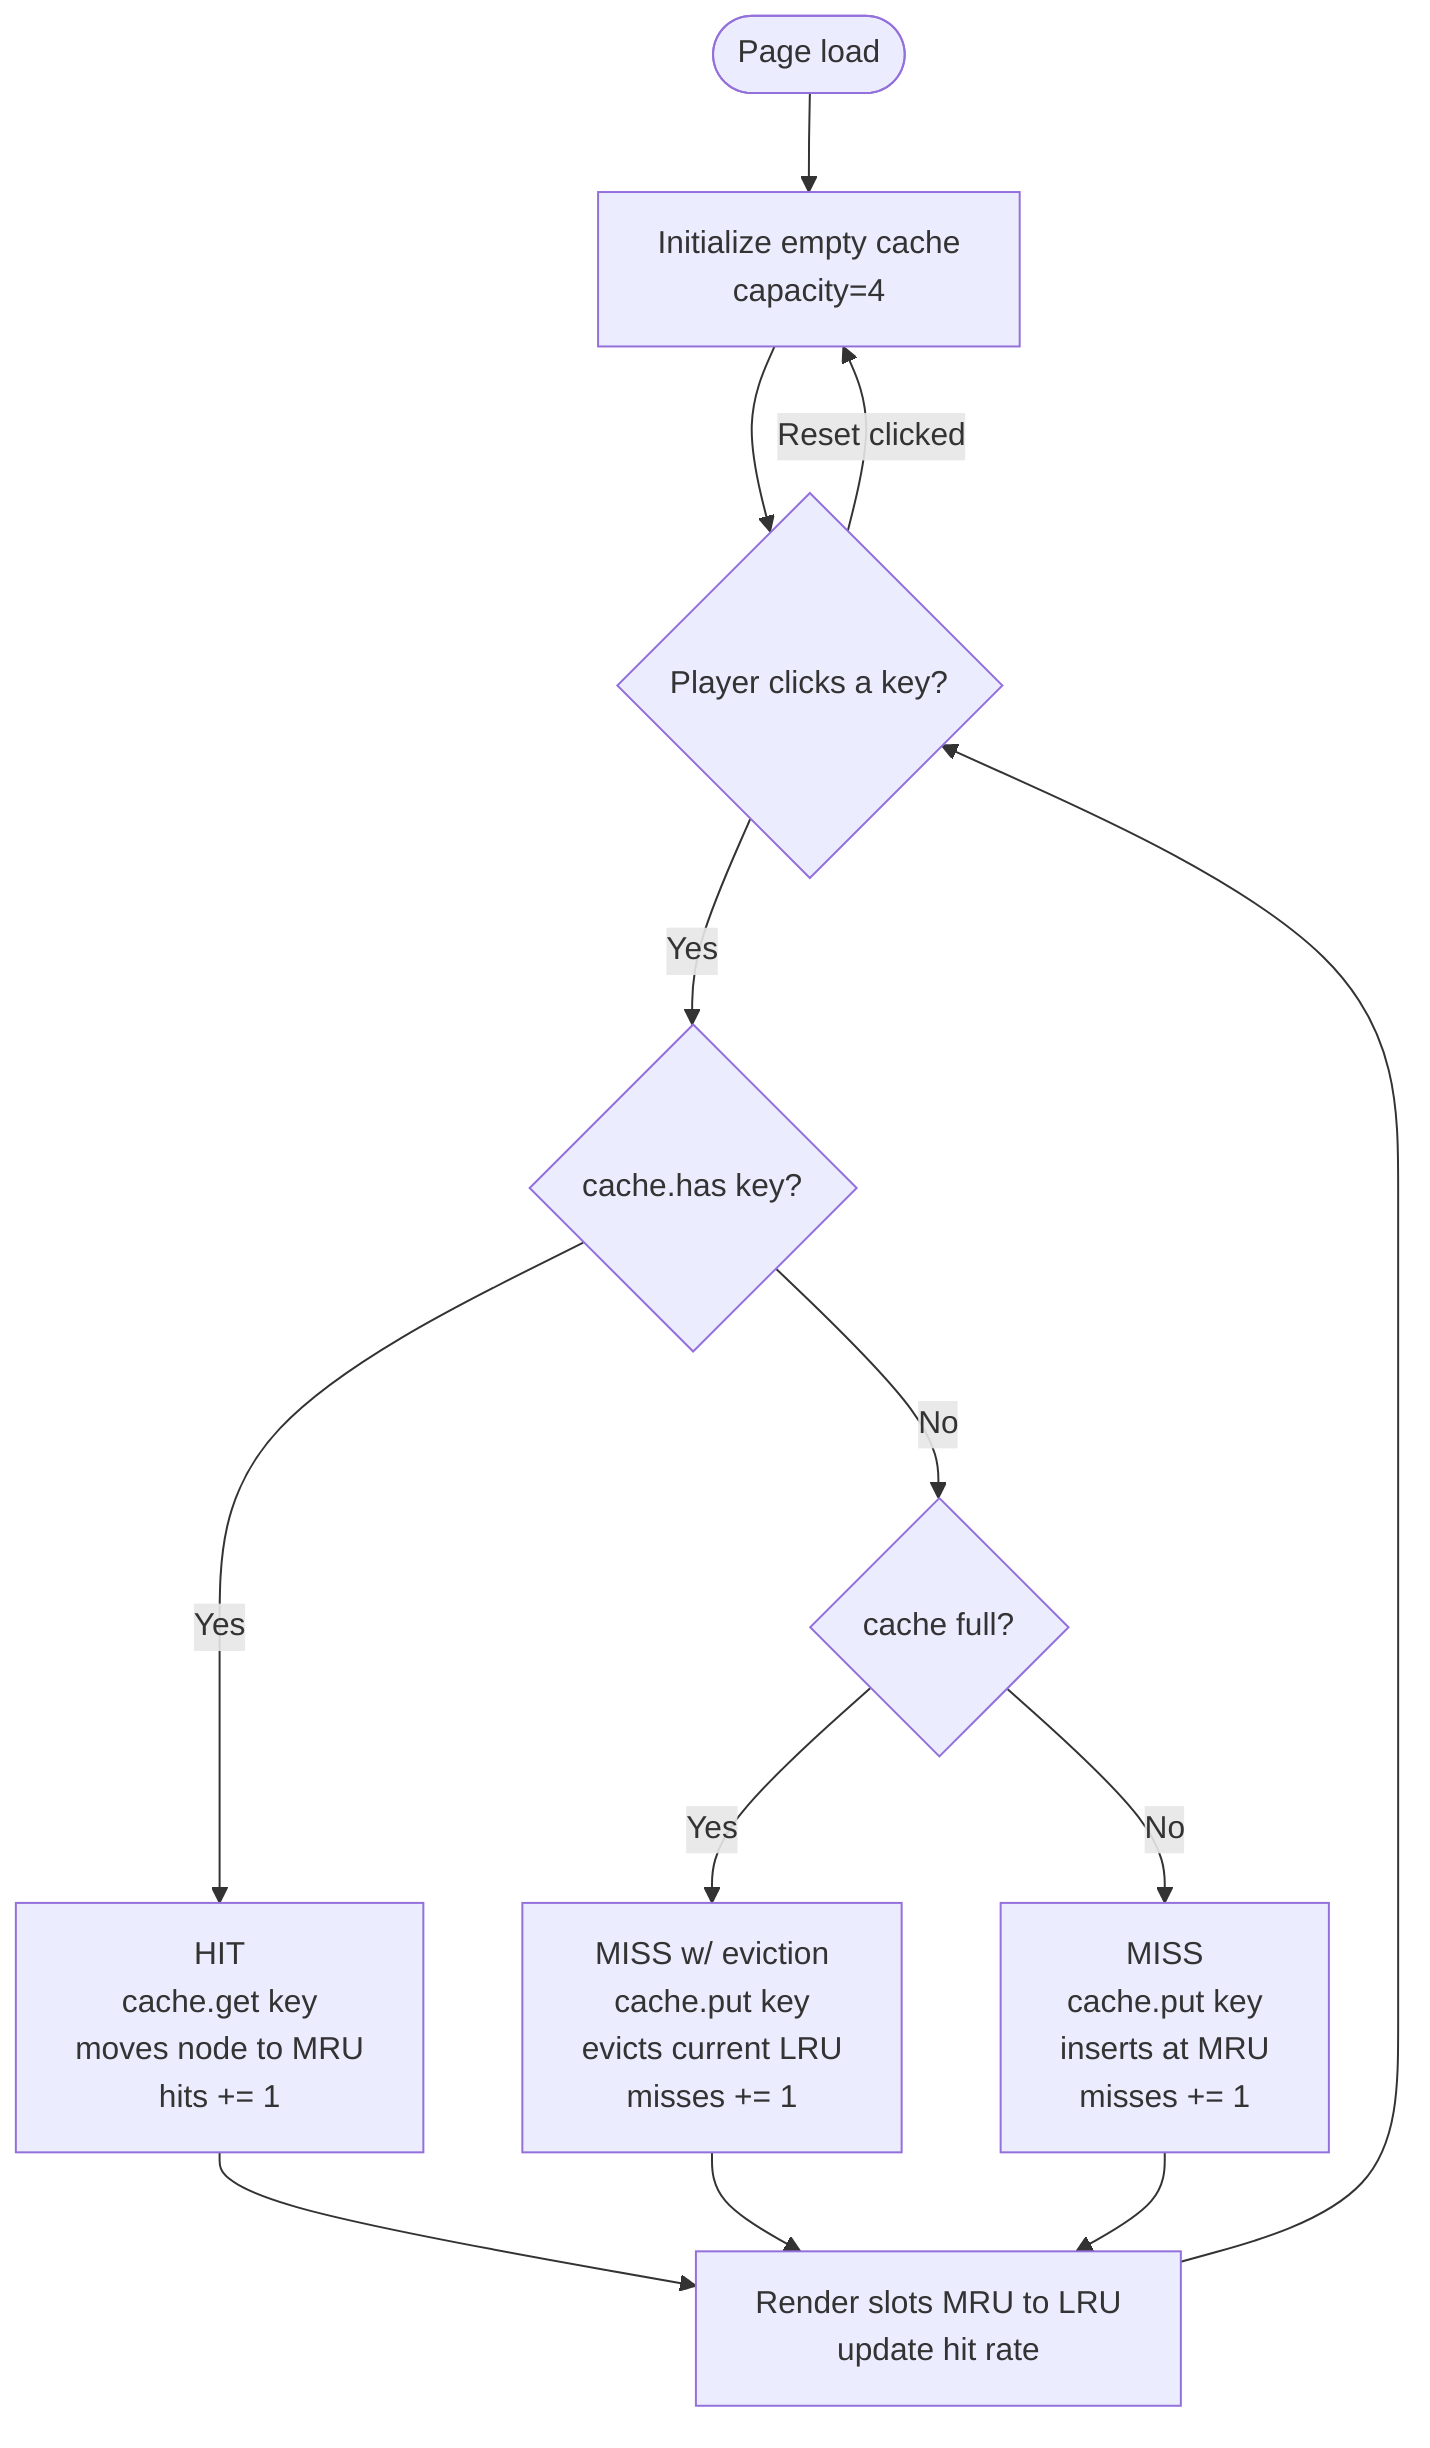
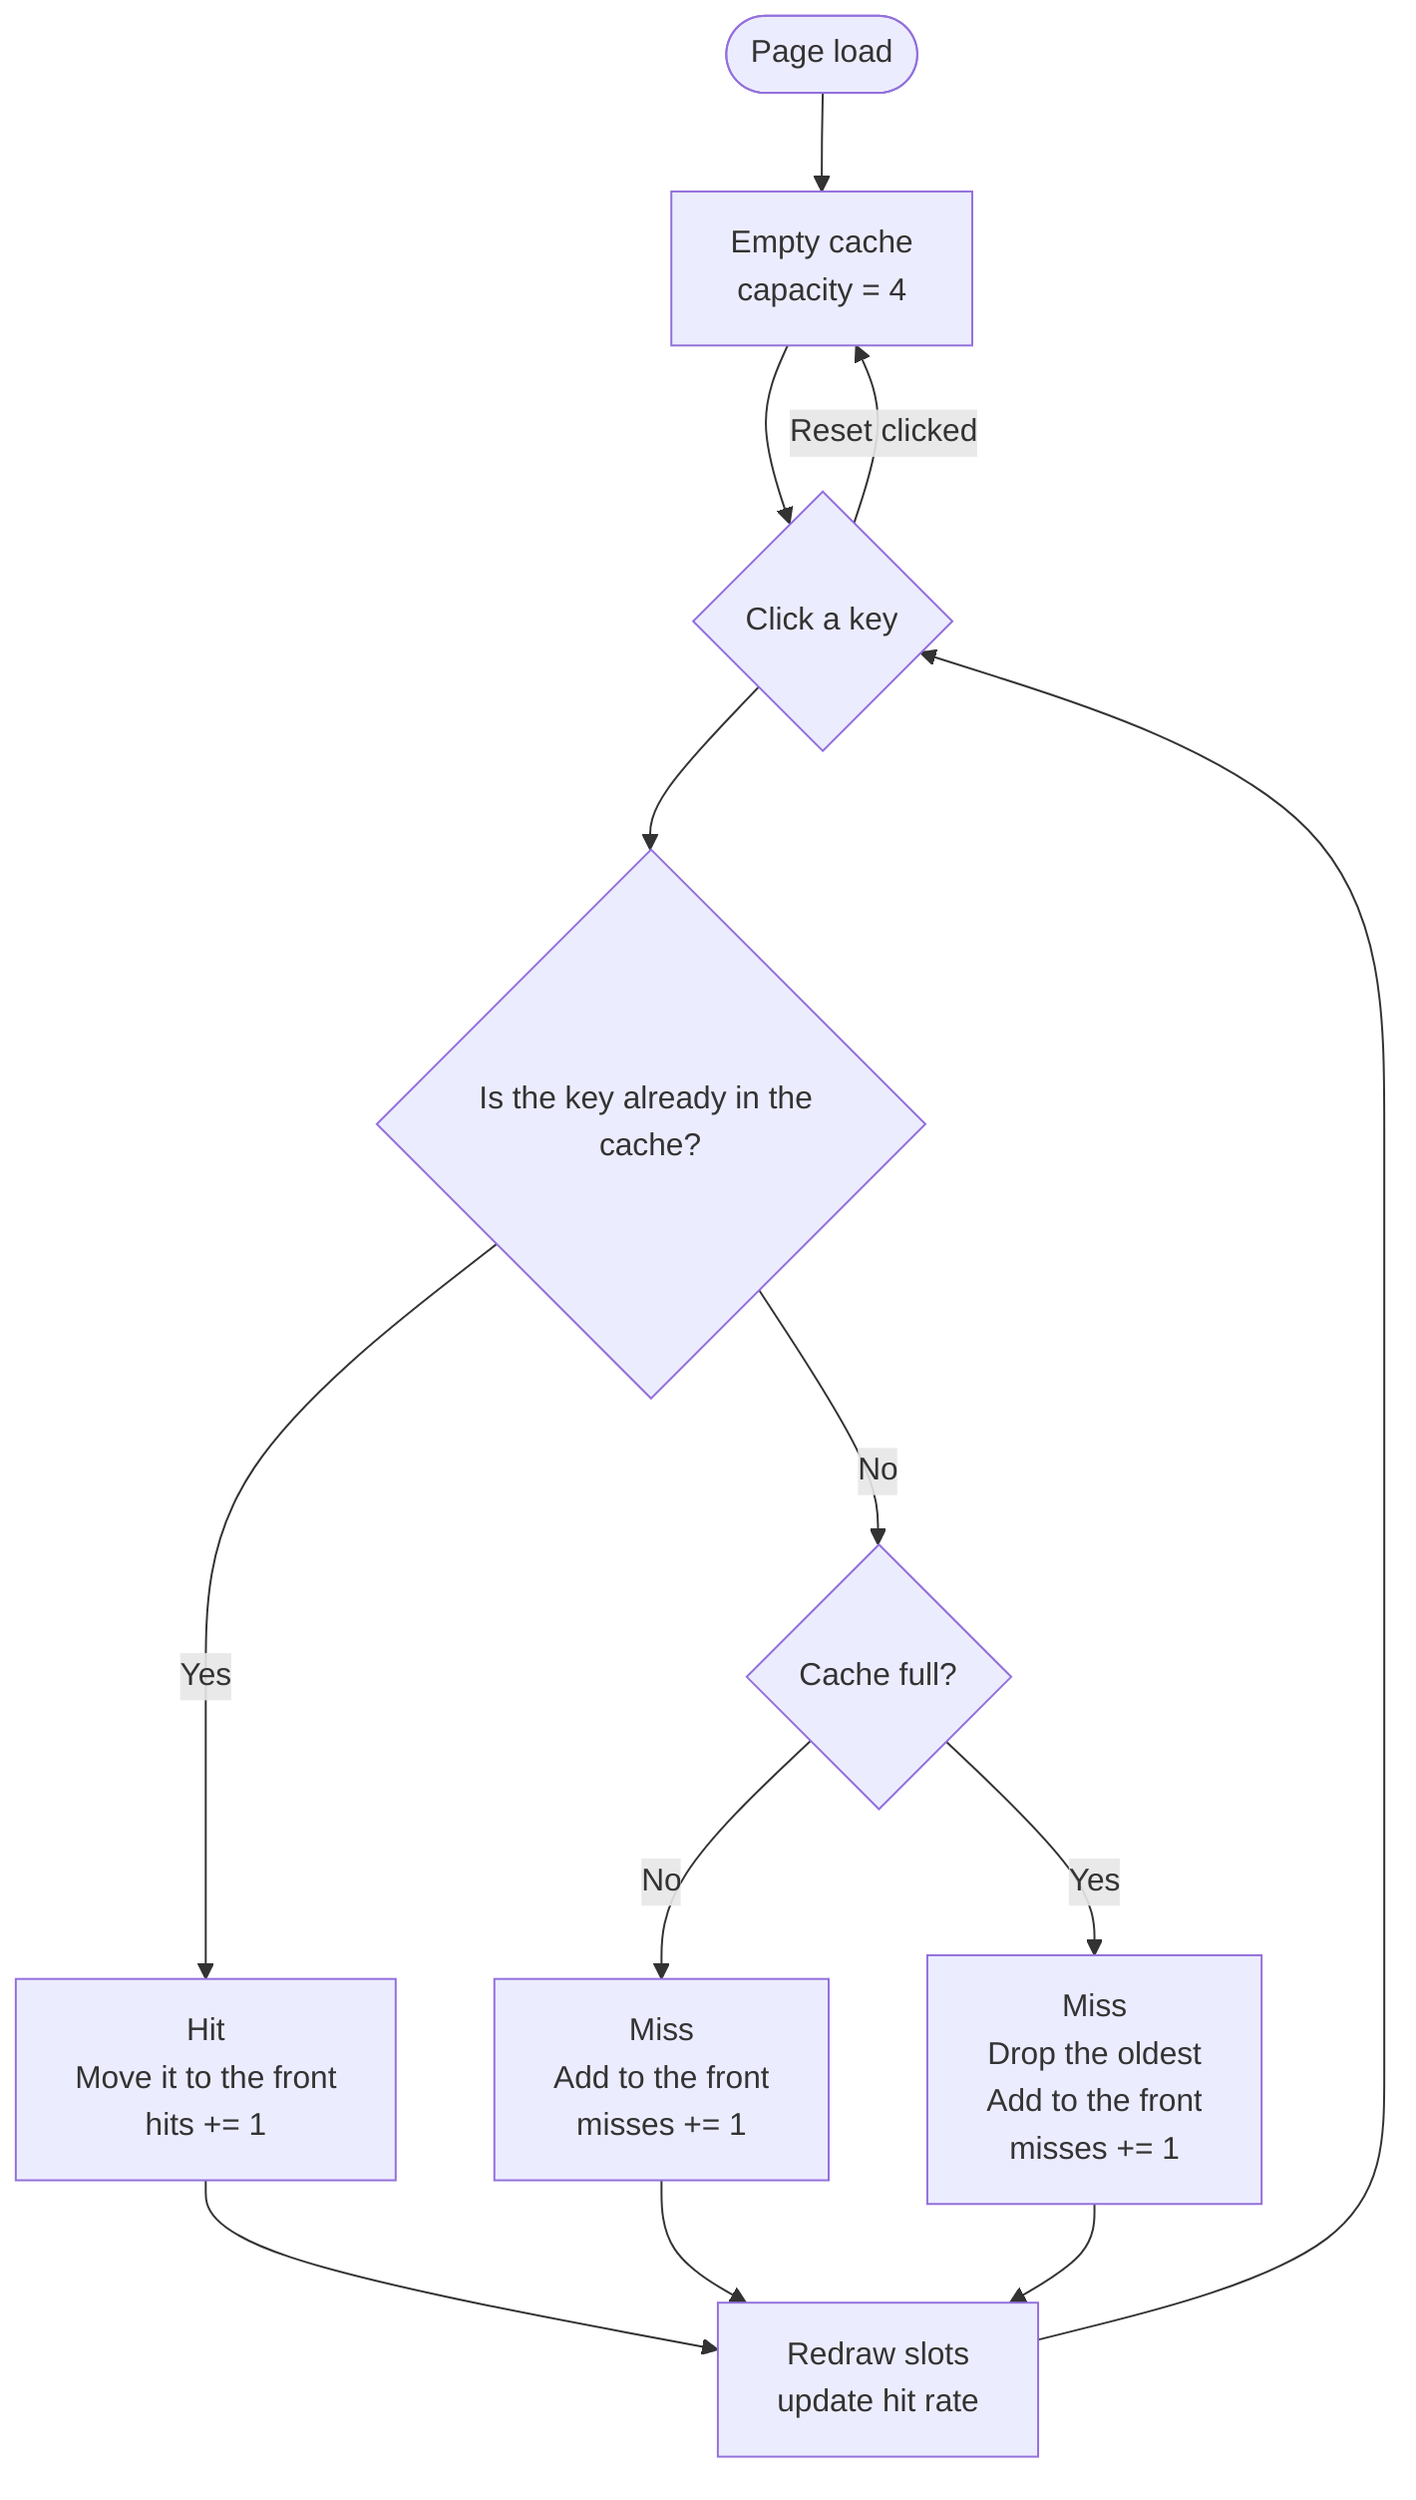
- %% Cache Crash — per-click flow
+ %% Cache Crash — what happens when you click a key
flowchart TD
-     Start([Page load]) --> Init[Initialize empty cache<br/>capacity=4]
-     Init --> Wait{Player clicks a key?}
+     Start([Page load]) --> Init[Empty cache<br/>capacity = 4]
+     Init --> Wait{Click a key}

-     Wait -->|Yes| Lookup{cache.has key?}
+     Wait --> Lookup{Is the key already in the cache?}

-     Lookup -->|Yes| Hit[HIT<br/>cache.get key<br/>moves node to MRU<br/>hits += 1]
-     Lookup -->|No| MissBranch{cache full?}
+     Lookup -->|Yes| Hit[Hit<br/>Move it to the front<br/>hits += 1]
+     Lookup -->|No| Full{Cache full?}

-     MissBranch -->|Yes| Evict[MISS w/ eviction<br/>cache.put key<br/>evicts current LRU<br/>misses += 1]
-     MissBranch -->|No| InsertOnly[MISS<br/>cache.put key<br/>inserts at MRU<br/>misses += 1]
+     Full -->|No| Insert[Miss<br/>Add to the front<br/>misses += 1]
+     Full -->|Yes| Evict[Miss<br/>Drop the oldest<br/>Add to the front<br/>misses += 1]

-     Hit --> Render[Render slots MRU to LRU<br/>update hit rate]
+     Hit --> Render[Redraw slots<br/>update hit rate]
+     Insert --> Render
    Evict --> Render
-     InsertOnly --> Render
    Render --> Wait

    Wait -->|Reset clicked| Init
